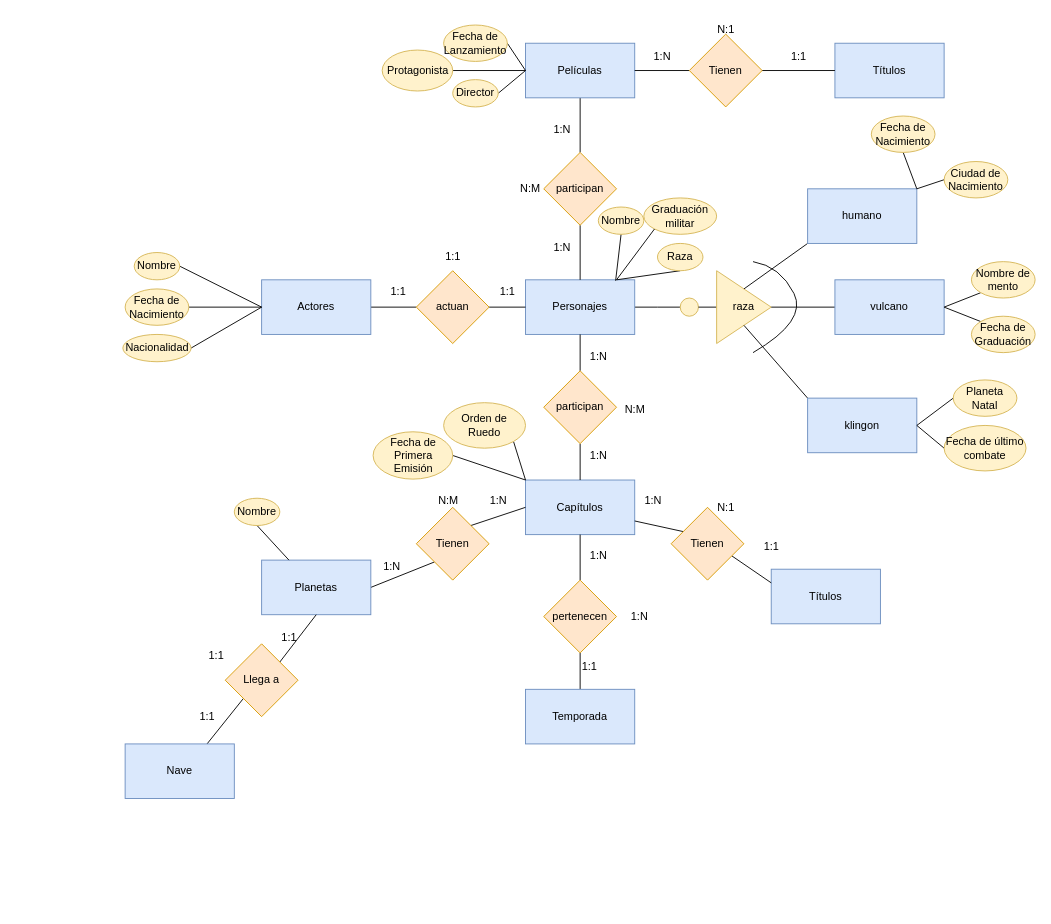
Above: tareas 1/star trek tarea Ud2 Entregalbe 3.drawio in GermanOjeda/base-datos (draw.io), before the change. Source tidied: cells renumbered, new cells numbered last; positions are measured from the earlier drawing's top-left corner, leaving out a move shared by most shapes. Both pictures are drawn from the tidied source at 91%, with x=0, y=0 at pixel (123, 15).
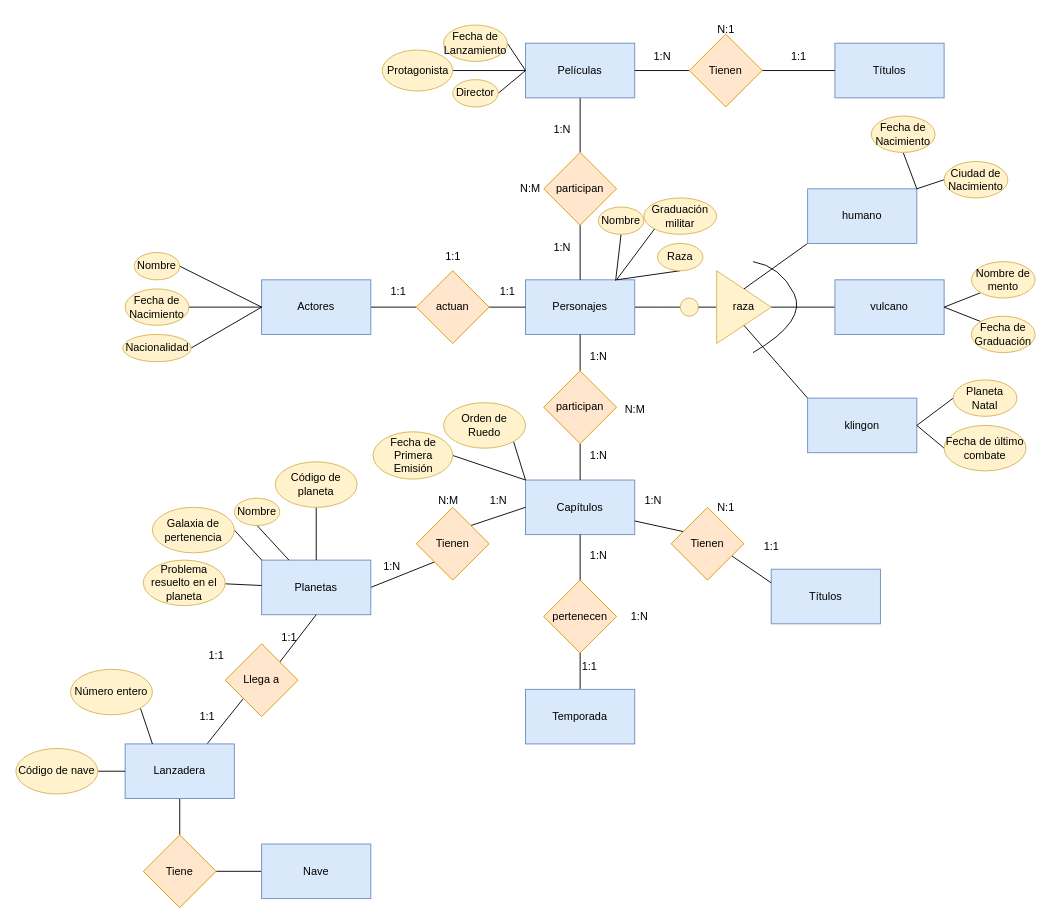
The same diagram, later.

The change refers to these unchanged cells:
```xml
<mxCell id="10" value="Planetas" style="rounded=0;whiteSpace=wrap;html=1;fillColor=#dae8fc;strokeColor=#6c8ebf;" parent="1" vertex="1">
  <mxGeometry x="152" y="598" width="120" height="60" as="geometry" />
</mxCell>
```

Diff of the diagram source:
```diff
@@
+    <mxCell id="106" style="rounded=0;jettySize=auto;html=1;endArrow=none;endFill=0;" parent="1" edge="1" source="98" target="115">
+      <mxGeometry relative="1" as="geometry" />
+    </mxCell>
-    <mxCell id="98" value="Nave" style="rounded=0;whiteSpace=wrap;html=1;fillColor=#dae8fc;strokeColor=#6c8ebf;" parent="1" vertex="1">
+    <mxCell id="98" value="Lanzadera" style="rounded=0;whiteSpace=wrap;html=1;fillColor=#dae8fc;strokeColor=#6c8ebf;" parent="1" vertex="1">
       <mxGeometry x="2" y="800" width="120" height="60" as="geometry" />
     </mxCell>
@@
+    <mxCell id="107" style="rounded=0;jettySize=auto;html=1;exitX=0.5;exitY=1;exitDx=0;exitDy=0;entryX=0.5;entryY=0;entryDx=0;entryDy=0;endArrow=none;endFill=0;" parent="1" edge="1" source="108" target="10">
+      <mxGeometry relative="1" as="geometry" />
+    </mxCell>
+    <mxCell id="108" value="Código de planeta" style="ellipse;whiteSpace=wrap;html=1;fillColor=#fff2cc;strokeColor=#d6b656;" parent="1" vertex="1">
+      <mxGeometry x="167" y="490" width="90" height="50" as="geometry" />
+    </mxCell>
+    <mxCell id="109" style="rounded=0;jettySize=auto;html=1;exitX=1;exitY=0.5;exitDx=0;exitDy=0;entryX=0;entryY=0;entryDx=0;entryDy=0;endArrow=none;endFill=0;" parent="1" edge="1" source="110" target="10">
+      <mxGeometry relative="1" as="geometry" />
+    </mxCell>
+    <mxCell id="110" value="Galaxia de pertenencia" style="ellipse;whiteSpace=wrap;html=1;fillColor=#fff2cc;strokeColor=#d6b656;" parent="1" vertex="1">
+      <mxGeometry x="32" y="540" width="90" height="50" as="geometry" />
+    </mxCell>
+    <mxCell id="111" style="rounded=0;jettySize=auto;html=1;endArrow=none;endFill=0;" parent="1" edge="1" source="112" target="10">
+      <mxGeometry relative="1" as="geometry" />
+    </mxCell>
+    <mxCell id="112" value="Problema resuelto en el planeta" style="ellipse;whiteSpace=wrap;html=1;fillColor=#fff2cc;strokeColor=#d6b656;" parent="1" vertex="1">
+      <mxGeometry x="22" y="598" width="90" height="50" as="geometry" />
+    </mxCell>
+    <mxCell id="113" style="rounded=0;jettySize=auto;html=1;endArrow=none;endFill=0;" parent="1" edge="1" source="114" target="115">
+      <mxGeometry relative="1" as="geometry" />
+    </mxCell>
+    <mxCell id="114" value="Nave" style="rounded=0;whiteSpace=wrap;html=1;fillColor=#dae8fc;strokeColor=#6c8ebf;" parent="1" vertex="1">
+      <mxGeometry x="152" y="910" width="120" height="60" as="geometry" />
+    </mxCell>
+    <mxCell id="115" value="Tiene" style="rhombus;whiteSpace=wrap;html=1;fillColor=#ffe6cc;strokeColor=#d79b00;" parent="1" vertex="1">
+      <mxGeometry x="22" y="900" width="80" height="80" as="geometry" />
+    </mxCell>
+    <mxCell id="116" style="rounded=0;jettySize=auto;html=1;exitX=1;exitY=1;exitDx=0;exitDy=0;entryX=0.25;entryY=0;entryDx=0;entryDy=0;endArrow=none;endFill=0;" parent="1" edge="1" source="117" target="98">
+      <mxGeometry relative="1" as="geometry" />
+    </mxCell>
+    <mxCell id="117" value="Número entero" style="ellipse;whiteSpace=wrap;html=1;fillColor=#fff2cc;strokeColor=#d6b656;" parent="1" vertex="1">
+      <mxGeometry x="-58" y="718" width="90" height="50" as="geometry" />
+    </mxCell>
+    <mxCell id="118" style="rounded=0;jettySize=auto;html=1;endArrow=none;endFill=0;" parent="1" edge="1" source="119" target="98">
+      <mxGeometry relative="1" as="geometry" />
+    </mxCell>
+    <mxCell id="119" value="Código de nave" style="ellipse;whiteSpace=wrap;html=1;fillColor=#fff2cc;strokeColor=#d6b656;" parent="1" vertex="1">
+      <mxGeometry x="-118" y="805" width="90" height="50" as="geometry" />
+    </mxCell>
```
